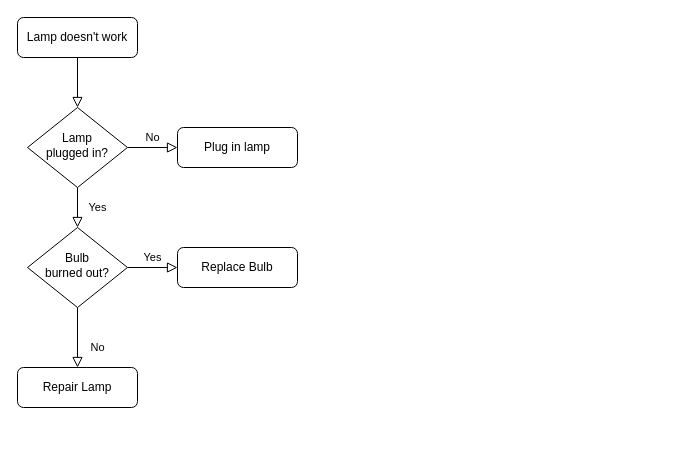
The draw.io diagram decisions.drawio in JamieJY/intro-to-Java, before the edit. Source tidied: cells renumbered, new cells numbered last; positions are measured from the earlier drawing's top-left corner, leaving out a move shared by most shapes. Both pictures are drawn from the tidied source at 100%, with x=0, y=0 at pixel (17, 17).
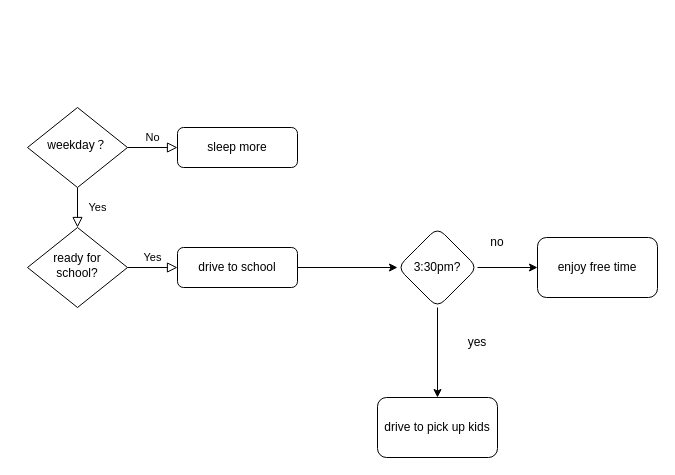
After the change.

The edit, as a diff of the source:
```diff
@@
 <mxGraphModel>
   <root>
     <mxCell id="0" />
     <mxCell id="1" parent="0" />
-    <mxCell id="2" style="rounded=0;html=1;jettySize=auto;fontSize=11;endArrow=block;endFill=0;endSize=8;strokeWidth=1;shadow=0;labelBackgroundColor=none;edgeStyle=orthogonalEdgeStyle;" parent="1" edge="1" source="3" target="6">
-      <mxGeometry relative="1" as="geometry" />
-    </mxCell>
-    <mxCell id="3" value="Lamp doesn't work" style="rounded=1;whiteSpace=wrap;html=1;fontSize=12;glass=0;strokeWidth=1;shadow=0;" parent="1" vertex="1">
-      <mxGeometry width="120" height="40" as="geometry" />
-    </mxCell>
     <mxCell id="4" value="Yes" style="rounded=0;html=1;jettySize=auto;fontSize=11;endArrow=block;endFill=0;endSize=8;strokeWidth=1;shadow=0;labelBackgroundColor=none;edgeStyle=orthogonalEdgeStyle;" parent="1" edge="1" source="6" target="10">
       <mxGeometry y="20" relative="1" as="geometry" />
     </mxCell>
     <mxCell id="5" value="No" style="edgeStyle=orthogonalEdgeStyle;rounded=0;html=1;jettySize=auto;fontSize=11;endArrow=block;endFill=0;endSize=8;strokeWidth=1;shadow=0;labelBackgroundColor=none;" parent="1" edge="1" source="6" target="7">
       <mxGeometry y="10" relative="1" as="geometry" />
     </mxCell>
-    <mxCell id="6" value="Lamp&lt;br&gt;plugged in?" style="rhombus;whiteSpace=wrap;html=1;shadow=0;fontFamily=Helvetica;fontSize=12;align=center;strokeWidth=1;spacing=6;spacingTop=-4;" parent="1" vertex="1">
+    <mxCell id="6" value="weekday？" style="rhombus;whiteSpace=wrap;html=1;shadow=0;fontFamily=Helvetica;fontSize=12;align=center;strokeWidth=1;spacing=6;spacingTop=-4;" parent="1" vertex="1">
       <mxGeometry x="10" y="90" width="100" height="80" as="geometry" />
     </mxCell>
-    <mxCell id="7" value="Plug in lamp" style="rounded=1;whiteSpace=wrap;html=1;fontSize=12;glass=0;strokeWidth=1;shadow=0;" parent="1" vertex="1">
+    <mxCell id="7" value="sleep more" style="rounded=1;whiteSpace=wrap;html=1;fontSize=12;glass=0;strokeWidth=1;shadow=0;" parent="1" vertex="1">
       <mxGeometry x="160" y="110" width="120" height="40" as="geometry" />
     </mxCell>
-    <mxCell id="8" value="No" style="rounded=0;html=1;jettySize=auto;fontSize=11;endArrow=block;endFill=0;endSize=8;strokeWidth=1;shadow=0;labelBackgroundColor=none;edgeStyle=orthogonalEdgeStyle;" parent="1" edge="1" source="10" target="11">
-      <mxGeometry x="0.33" y="20" relative="1" as="geometry" />
-    </mxCell>
     <mxCell id="9" value="Yes" style="edgeStyle=orthogonalEdgeStyle;rounded=0;html=1;jettySize=auto;fontSize=11;endArrow=block;endFill=0;endSize=8;strokeWidth=1;shadow=0;labelBackgroundColor=none;" parent="1" edge="1" source="10" target="12">
       <mxGeometry y="10" relative="1" as="geometry" />
     </mxCell>
-    <mxCell id="10" value="Bulb&lt;br&gt;burned out?" style="rhombus;whiteSpace=wrap;html=1;shadow=0;fontFamily=Helvetica;fontSize=12;align=center;strokeWidth=1;spacing=6;spacingTop=-4;" parent="1" vertex="1">
+    <mxCell id="10" value="ready for school?" style="rhombus;whiteSpace=wrap;html=1;shadow=0;fontFamily=Helvetica;fontSize=12;align=center;strokeWidth=1;spacing=6;spacingTop=-4;" parent="1" vertex="1">
       <mxGeometry x="10" y="210" width="100" height="80" as="geometry" />
     </mxCell>
-    <mxCell id="11" value="Repair Lamp" style="rounded=1;whiteSpace=wrap;html=1;fontSize=12;glass=0;strokeWidth=1;shadow=0;" parent="1" vertex="1">
-      <mxGeometry y="350" width="120" height="40" as="geometry" />
-    </mxCell>
+    <mxCell id="13" style="edgeStyle=orthogonalEdgeStyle;rounded=0;jettySize=auto;html=1;" parent="1" edge="1" source="12" target="16">
+      <mxGeometry relative="1" as="geometry" />
+    </mxCell>
-    <mxCell id="12" value="Replace Bulb" style="rounded=1;whiteSpace=wrap;html=1;fontSize=12;glass=0;strokeWidth=1;shadow=0;" parent="1" vertex="1">
+    <mxCell id="12" value="drive to school" style="rounded=1;whiteSpace=wrap;html=1;fontSize=12;glass=0;strokeWidth=1;shadow=0;" parent="1" vertex="1">
       <mxGeometry x="160" y="230" width="120" height="40" as="geometry" />
     </mxCell>
+    <mxCell id="14" style="edgeStyle=orthogonalEdgeStyle;rounded=0;jettySize=auto;html=1;" parent="1" edge="1" source="16" target="17">
+      <mxGeometry relative="1" as="geometry" />
+    </mxCell>
+    <mxCell id="15" style="edgeStyle=orthogonalEdgeStyle;rounded=0;jettySize=auto;html=1;" parent="1" edge="1" source="16" target="18">
+      <mxGeometry relative="1" as="geometry" />
+    </mxCell>
+    <mxCell id="16" value="3:30pm?" style="rhombus;whiteSpace=wrap;html=1;rounded=1;glass=0;strokeWidth=1;shadow=0;" parent="1" vertex="1">
+      <mxGeometry x="380" y="210" width="80" height="80" as="geometry" />
+    </mxCell>
+    <mxCell id="17" value="enjoy free time" style="whiteSpace=wrap;html=1;rounded=1;glass=0;strokeWidth=1;shadow=0;" parent="1" vertex="1">
+      <mxGeometry x="520" y="220" width="120" height="60" as="geometry" />
+    </mxCell>
+    <mxCell id="18" value="drive to pick up kids" style="whiteSpace=wrap;html=1;rounded=1;glass=0;strokeWidth=1;shadow=0;" parent="1" vertex="1">
+      <mxGeometry x="360" y="380" width="120" height="60" as="geometry" />
+    </mxCell>
+    <mxCell id="19" value="yes" style="text;html=1;strokeColor=none;fillColor=none;align=center;verticalAlign=middle;whiteSpace=wrap;rounded=0;" parent="1" vertex="1">
+      <mxGeometry x="430" y="310" width="60" height="30" as="geometry" />
+    </mxCell>
+    <mxCell id="20" value="no" style="text;html=1;strokeColor=none;fillColor=none;align=center;verticalAlign=middle;whiteSpace=wrap;rounded=0;" parent="1" vertex="1">
+      <mxGeometry x="450" y="210" width="60" height="30" as="geometry" />
+    </mxCell>
   </root>
 </mxGraphModel>
```
